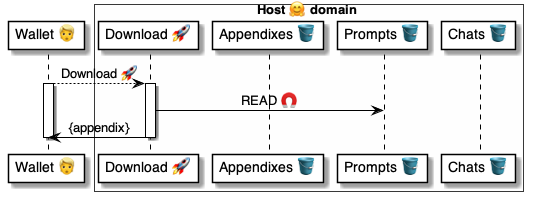
Earlier version of the PlantUML export 4 ⚙️ Solution/41 🎭 Domain Roles/Hosts 🤗/🤗📨 Host msgs/Download 🧑‍🦰🚀🤗/🤗 Download ⚙️ uml.png (pollyweb-org/pollyweb-docs). Its source is kept beside it as 4 ⚙️ Solution/41 🎭 Domain Roles/Hosts 🤗/🤗📨 Host msgs/Download 🧑‍🦰🚀🤗/🤗 Download ⚙️ uml.puml. The source it was exported from:
```plantuml
@startuml Download@Host

participant "Wallet 👱" as wallet
box Host 🤗 domain #FFFFFD
    participant "Download 🚀" as handler
    participant "Appendixes 🪣" as appendixes
    participant "Prompts 🪣" as prompts
    participant "Chats 🪣" as chats
end box

wallet --> handler: Download 🚀
activate wallet

    activate handler
        handler -> prompts: READ 🧲
        handler -> wallet: {appendix}
    deactivate handler

deactivate wallet

@enduml
```
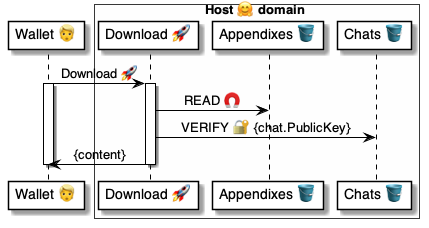
The same file after the commit.

Diff of the diagram source:
```diff
@@ -4,16 +4,16 @@
 box Host 🤗 domain #FFFFFD
     participant "Download 🚀" as handler
     participant "Appendixes 🪣" as appendixes
-    participant "Prompts 🪣" as prompts
     participant "Chats 🪣" as chats
 end box
 
-wallet --> handler: Download 🚀
+wallet -> handler: Download 🚀
 activate wallet
 
     activate handler
-        handler -> prompts: READ 🧲
-        handler -> wallet: {appendix}
+        handler -> appendixes: READ 🧲
+        handler -> chats: VERIFY 🔐 {chat.PublicKey}
+        handler -> wallet: {content}
     deactivate handler
 
 deactivate wallet
```
